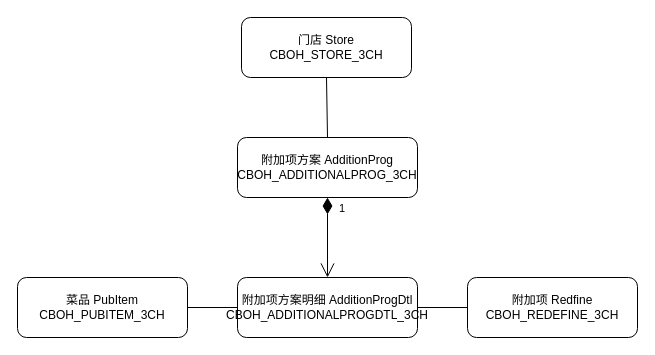
Before: 附加项方案.drawio in liuchenwei2000/diagram, a draw.io diagram. Source tidied: cells renumbered, new cells numbered last; positions are measured from the earlier drawing's top-left corner, leaving out a move shared by most shapes. Both pictures are drawn from the tidied source at 100%, with x=0, y=0 at pixel (17, 17).
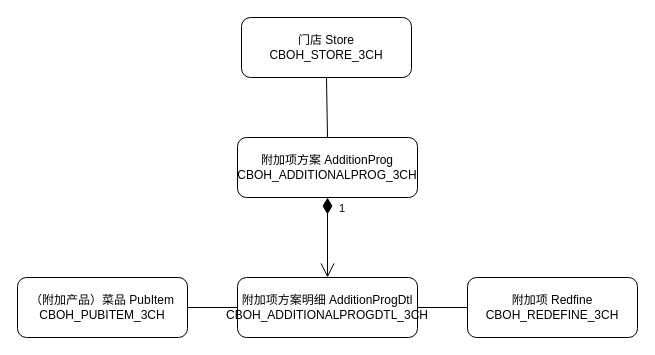
The same diagram, later.

Commit message (it also covers changes not shown here):
Update 附加项方案.drawio

The edit, as a diff of the source:
```diff
@@
 <mxGraphModel>
   <root>
     <mxCell id="0" />
     <mxCell id="1" parent="0" />
     <mxCell id="2" value="附加项方案 AdditionProg&lt;br&gt;CBOH_ADDITIONALPROG_3CH" style="rounded=1;whiteSpace=wrap;html=1;" parent="1" vertex="1">
       <mxGeometry x="220" y="120" width="180" height="60" as="geometry" />
     </mxCell>
     <mxCell id="3" value="附加项方案明细 AdditionProgDtl&lt;br&gt;CBOH_ADDITIONALPROGDTL_3CH" style="rounded=1;whiteSpace=wrap;html=1;" parent="1" vertex="1">
       <mxGeometry x="220" y="260" width="180" height="60" as="geometry" />
     </mxCell>
     <mxCell id="4" style="endArrow=none;html=1;entryX=1;entryY=0.5;entryDx=0;entryDy=0;exitX=0;exitY=0.5;exitDx=0;exitDy=0;" parent="1" edge="1" target="3">
       <mxGeometry relative="1" as="geometry">
         <mxPoint x="450" y="290" as="sourcePoint" />
       </mxGeometry>
     </mxCell>
     <mxCell id="5" value="门店 Store&lt;br&gt;CBOH_STORE_3CH" style="rounded=1;whiteSpace=wrap;html=1;" parent="1" vertex="1">
       <mxGeometry x="224" width="170" height="60" as="geometry" />
     </mxCell>
     <mxCell id="6" style="endArrow=none;html=1;entryX=0.5;entryY=0;entryDx=0;entryDy=0;exitX=0.5;exitY=1;exitDx=0;exitDy=0;" parent="1" edge="1" source="5" target="2">
       <mxGeometry relative="1" as="geometry" />
     </mxCell>
     <mxCell id="7" value="1" style="endArrow=open;html=1;endSize=12;startArrow=diamondThin;startSize=14;startFill=1;edgeStyle=orthogonalEdgeStyle;align=left;verticalAlign=bottom;exitX=0.5;exitY=1;exitDx=0;exitDy=0;entryX=0.5;entryY=0;entryDx=0;entryDy=0;" parent="1" edge="1" source="2" target="3">
       <mxGeometry x="-0.5" y="10" relative="1" as="geometry" />
     </mxCell>
     <mxCell id="8" value="附加项 Redfine&lt;br&gt;CBOH_REDEFINE_3CH" style="rounded=1;whiteSpace=wrap;html=1;" parent="1" vertex="1">
       <mxGeometry x="450" y="260" width="170" height="60" as="geometry" />
     </mxCell>
-    <mxCell id="9" value="菜品 PubItem&lt;br&gt;CBOH_PUBITEM_3CH" style="rounded=1;whiteSpace=wrap;html=1;" parent="1" vertex="1">
+    <mxCell id="9" value="（附加产品）菜品 PubItem&lt;br&gt;CBOH_PUBITEM_3CH" style="rounded=1;whiteSpace=wrap;html=1;" parent="1" vertex="1">
       <mxGeometry y="260" width="170" height="60" as="geometry" />
     </mxCell>
     <mxCell id="10" style="endArrow=none;html=1;entryX=1;entryY=0.5;entryDx=0;entryDy=0;" parent="1" edge="1" target="9">
       <mxGeometry relative="1" as="geometry">
         <mxPoint x="220" y="290" as="sourcePoint" />
       </mxGeometry>
     </mxCell>
   </root>
 </mxGraphModel>
```
